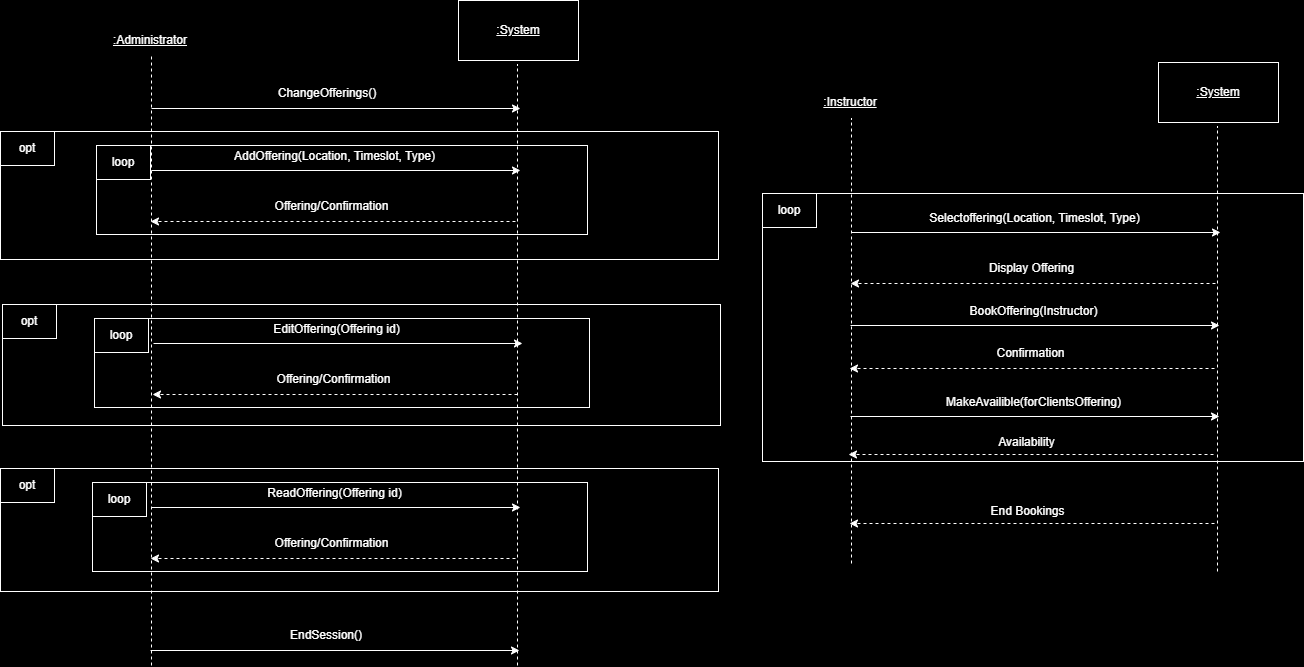
The draw.io diagram ssd_ProcessOfferins.drawio.png in matdavid7272/342project, before a commit. Source tidied: cells renumbered, new cells last; positions are measured from the earlier drawing's top-left corner, leaving out a move shared by most shapes. Source of this version:
```xml
<mxGraphModel background="#000000">
  <root>
    <mxCell id="0" />
    <mxCell id="1" parent="0" />
    <mxCell id="2" style="rounded=0;whiteSpace=wrap;html=1;fillColor=#000000;strokeColor=#FFFFFF;" parent="1" vertex="1">
      <mxGeometry y="468" width="718" height="123" as="geometry" />
    </mxCell>
    <mxCell id="3" style="rounded=0;whiteSpace=wrap;html=1;fillColor=#000000;strokeColor=#FFFFFF;" parent="1" vertex="1">
      <mxGeometry x="92" y="482" width="495" height="89" as="geometry" />
    </mxCell>
    <mxCell id="4" style="endArrow=classic;html=1;rounded=0;strokeColor=#FFFFFF;" parent="1" edge="1">
      <mxGeometry relative="1" as="geometry">
        <mxPoint x="151" y="507" as="sourcePoint" />
        <mxPoint x="520" y="507" as="targetPoint" />
      </mxGeometry>
    </mxCell>
    <mxCell id="5" value="&lt;font color=&quot;#ffffff&quot;&gt;ReadOffering(Offering id&lt;/font&gt;&lt;span style=&quot;color: rgb(255, 255, 255);&quot;&gt;)&lt;/span&gt;" style="text;html=1;align=center;verticalAlign=middle;whiteSpace=wrap;rounded=0;" parent="1" vertex="1">
      <mxGeometry x="213" y="478" width="243" height="30" as="geometry" />
    </mxCell>
    <mxCell id="6" style="endArrow=classic;html=1;rounded=0;strokeColor=#FFFFFF;dashed=1;" parent="1" edge="1">
      <mxGeometry relative="1" as="geometry">
        <mxPoint x="515" y="558" as="sourcePoint" />
        <mxPoint x="150" y="558" as="targetPoint" />
      </mxGeometry>
    </mxCell>
    <mxCell id="7" value="&lt;font style=&quot;background-color: rgb(0, 0, 0);&quot; color=&quot;#ffffff&quot;&gt;Offering/Confirmation&lt;/font&gt;" style="text;html=1;align=center;verticalAlign=middle;whiteSpace=wrap;rounded=0;" parent="1" vertex="1">
      <mxGeometry x="210" y="528" width="243" height="30" as="geometry" />
    </mxCell>
    <mxCell id="8" value="&lt;span style=&quot;color: rgb(255, 255, 255);&quot;&gt;opt&lt;/span&gt;" style="rounded=0;whiteSpace=wrap;html=1;fillColor=#000000;strokeColor=#FFFFFF;" parent="1" vertex="1">
      <mxGeometry y="468" width="54" height="34" as="geometry" />
    </mxCell>
    <mxCell id="9" value="&lt;span style=&quot;color: rgb(255, 255, 255);&quot;&gt;loop&lt;/span&gt;" style="rounded=0;whiteSpace=wrap;html=1;fillColor=#000000;strokeColor=#FFFFFF;" parent="1" vertex="1">
      <mxGeometry x="92" y="482" width="54" height="34" as="geometry" />
    </mxCell>
    <mxCell id="10" style="rounded=0;whiteSpace=wrap;html=1;fillColor=#000000;strokeColor=#FFFFFF;" parent="1" vertex="1">
      <mxGeometry x="2" y="304" width="718" height="121" as="geometry" />
    </mxCell>
    <mxCell id="11" style="rounded=0;whiteSpace=wrap;html=1;fillColor=#000000;strokeColor=#FFFFFF;" parent="1" vertex="1">
      <mxGeometry x="94" y="318" width="495" height="89" as="geometry" />
    </mxCell>
    <mxCell id="12" style="endArrow=classic;html=1;rounded=0;strokeColor=#FFFFFF;" parent="1" edge="1">
      <mxGeometry relative="1" as="geometry">
        <mxPoint x="153" y="343" as="sourcePoint" />
        <mxPoint x="522" y="343" as="targetPoint" />
      </mxGeometry>
    </mxCell>
    <mxCell id="13" value="&lt;font color=&quot;#ffffff&quot;&gt;EditOffering(Offering id&lt;/font&gt;&lt;font color=&quot;#ffffff&quot;&gt;)&lt;/font&gt;" style="text;html=1;align=center;verticalAlign=middle;whiteSpace=wrap;rounded=0;" parent="1" vertex="1">
      <mxGeometry x="215" y="314" width="243" height="30" as="geometry" />
    </mxCell>
    <mxCell id="14" style="endArrow=classic;html=1;rounded=0;strokeColor=#FFFFFF;dashed=1;" parent="1" edge="1">
      <mxGeometry relative="1" as="geometry">
        <mxPoint x="517" y="394" as="sourcePoint" />
        <mxPoint x="152" y="394" as="targetPoint" />
      </mxGeometry>
    </mxCell>
    <mxCell id="15" value="&lt;font style=&quot;background-color: rgb(0, 0, 0);&quot; color=&quot;#ffffff&quot;&gt;Offering/Confirmation&lt;/font&gt;" style="text;html=1;align=center;verticalAlign=middle;whiteSpace=wrap;rounded=0;" parent="1" vertex="1">
      <mxGeometry x="212" y="364" width="243" height="30" as="geometry" />
    </mxCell>
    <mxCell id="16" value="&lt;span style=&quot;color: rgb(255, 255, 255);&quot;&gt;opt&lt;/span&gt;" style="rounded=0;whiteSpace=wrap;html=1;fillColor=#000000;strokeColor=#FFFFFF;" parent="1" vertex="1">
      <mxGeometry x="2" y="304" width="54" height="34" as="geometry" />
    </mxCell>
    <mxCell id="17" value="&lt;span style=&quot;color: rgb(255, 255, 255);&quot;&gt;loop&lt;/span&gt;" style="rounded=0;whiteSpace=wrap;html=1;fillColor=#000000;strokeColor=#FFFFFF;" parent="1" vertex="1">
      <mxGeometry x="94" y="318" width="54" height="34" as="geometry" />
    </mxCell>
    <mxCell id="18" style="rounded=0;whiteSpace=wrap;html=1;fillColor=#000000;strokeColor=#FFFFFF;" parent="1" vertex="1">
      <mxGeometry y="131" width="718" height="128" as="geometry" />
    </mxCell>
    <mxCell id="19" style="rounded=0;whiteSpace=wrap;html=1;fillColor=#000000;strokeColor=#FFFFFF;" parent="1" vertex="1">
      <mxGeometry x="96" y="145" width="491" height="89" as="geometry" />
    </mxCell>
    <mxCell id="20" style="endArrow=none;dashed=1;html=1;rounded=0;strokeColor=#FFFFFF;" parent="1" edge="1">
      <mxGeometry relative="1" as="geometry">
        <mxPoint x="151" y="665" as="sourcePoint" />
        <mxPoint x="151" y="56" as="targetPoint" />
      </mxGeometry>
    </mxCell>
    <mxCell id="21" style="endArrow=none;dashed=1;html=1;rounded=0;strokeColor=#FFFFFF;" parent="1" edge="1">
      <mxGeometry relative="1" as="geometry">
        <mxPoint x="517" y="665" as="sourcePoint" />
        <mxPoint x="517" y="64" as="targetPoint" />
      </mxGeometry>
    </mxCell>
    <mxCell id="22" value="&lt;font color=&quot;#ffffff&quot;&gt;&lt;u&gt;:Administrator&lt;/u&gt;&lt;/font&gt;" style="text;html=1;align=center;verticalAlign=middle;whiteSpace=wrap;rounded=0;" parent="1" vertex="1">
      <mxGeometry x="120" y="25" width="60" height="30" as="geometry" />
    </mxCell>
    <mxCell id="23" style="rounded=0;whiteSpace=wrap;html=1;fillColor=#000000;strokeColor=#FFFFFF;" parent="1" vertex="1">
      <mxGeometry x="458" width="120" height="60" as="geometry" />
    </mxCell>
    <mxCell id="24" value="&lt;font color=&quot;#ffffff&quot;&gt;&lt;u&gt;:System&lt;/u&gt;&lt;/font&gt;" style="text;html=1;align=center;verticalAlign=middle;whiteSpace=wrap;rounded=0;" parent="1" vertex="1">
      <mxGeometry x="488" y="15" width="60" height="30" as="geometry" />
    </mxCell>
    <mxCell id="25" style="endArrow=classic;html=1;rounded=0;strokeColor=#FFFFFF;" parent="1" edge="1">
      <mxGeometry relative="1" as="geometry">
        <mxPoint x="151" y="108" as="sourcePoint" />
        <mxPoint x="520" y="108" as="targetPoint" />
      </mxGeometry>
    </mxCell>
    <mxCell id="26" value="&lt;font color=&quot;#ffffff&quot;&gt;ChangeOfferings()&lt;/font&gt;" style="text;html=1;align=center;verticalAlign=middle;whiteSpace=wrap;rounded=0;" parent="1" vertex="1">
      <mxGeometry x="297" y="78" width="60" height="30" as="geometry" />
    </mxCell>
    <mxCell id="27" style="endArrow=classic;html=1;rounded=0;strokeColor=#FFFFFF;" parent="1" edge="1">
      <mxGeometry relative="1" as="geometry">
        <mxPoint x="151" y="170" as="sourcePoint" />
        <mxPoint x="520" y="170" as="targetPoint" />
      </mxGeometry>
    </mxCell>
    <mxCell id="28" value="&lt;font color=&quot;#ffffff&quot;&gt;AddOffering(Location, Timeslot, Type)&lt;/font&gt;" style="text;html=1;align=center;verticalAlign=middle;whiteSpace=wrap;rounded=0;" parent="1" vertex="1">
      <mxGeometry x="213" y="141" width="243" height="30" as="geometry" />
    </mxCell>
    <mxCell id="29" style="endArrow=classic;html=1;rounded=0;strokeColor=#FFFFFF;dashed=1;" parent="1" edge="1">
      <mxGeometry relative="1" as="geometry">
        <mxPoint x="515" y="221" as="sourcePoint" />
        <mxPoint x="150" y="221" as="targetPoint" />
      </mxGeometry>
    </mxCell>
    <mxCell id="30" value="&lt;font style=&quot;background-color: rgb(0, 0, 0);&quot; color=&quot;#ffffff&quot;&gt;Offering/Confirmation&lt;/font&gt;" style="text;html=1;align=center;verticalAlign=middle;whiteSpace=wrap;rounded=0;" parent="1" vertex="1">
      <mxGeometry x="210" y="191" width="243" height="30" as="geometry" />
    </mxCell>
    <mxCell id="31" value="&lt;span style=&quot;color: rgb(255, 255, 255);&quot;&gt;opt&lt;/span&gt;" style="rounded=0;whiteSpace=wrap;html=1;fillColor=#000000;strokeColor=#FFFFFF;" parent="1" vertex="1">
      <mxGeometry y="131" width="54" height="34" as="geometry" />
    </mxCell>
    <mxCell id="32" value="&lt;span style=&quot;color: rgb(255, 255, 255);&quot;&gt;loop&lt;/span&gt;" style="rounded=0;whiteSpace=wrap;html=1;fillColor=#000000;strokeColor=#FFFFFF;" parent="1" vertex="1">
      <mxGeometry x="96" y="145" width="54" height="34" as="geometry" />
    </mxCell>
    <mxCell id="33" style="endArrow=classic;html=1;rounded=0;strokeColor=#FFFFFF;" parent="1" edge="1">
      <mxGeometry relative="1" as="geometry">
        <mxPoint x="150" y="650" as="sourcePoint" />
        <mxPoint x="519" y="650" as="targetPoint" />
      </mxGeometry>
    </mxCell>
    <mxCell id="34" value="&lt;font color=&quot;#ffffff&quot;&gt;EndSession()&lt;/font&gt;" style="text;html=1;align=center;verticalAlign=middle;whiteSpace=wrap;rounded=0;" parent="1" vertex="1">
      <mxGeometry x="296" y="620" width="60" height="30" as="geometry" />
    </mxCell>
    <mxCell id="35" style="rounded=0;whiteSpace=wrap;html=1;fillColor=#000000;strokeColor=#FFFFFF;" parent="1" vertex="1">
      <mxGeometry x="762" y="193" width="541" height="268" as="geometry" />
    </mxCell>
    <mxCell id="36" style="endArrow=none;dashed=1;html=1;rounded=0;strokeColor=#FFFFFF;" parent="1" edge="1">
      <mxGeometry relative="1" as="geometry">
        <mxPoint x="851" y="563" as="sourcePoint" />
        <mxPoint x="851" y="118" as="targetPoint" />
      </mxGeometry>
    </mxCell>
    <mxCell id="37" style="endArrow=none;dashed=1;html=1;rounded=0;strokeColor=#FFFFFF;" parent="1" edge="1">
      <mxGeometry relative="1" as="geometry">
        <mxPoint x="1217" y="571" as="sourcePoint" />
        <mxPoint x="1217" y="126" as="targetPoint" />
      </mxGeometry>
    </mxCell>
    <mxCell id="38" value="&lt;font color=&quot;#ffffff&quot;&gt;&lt;u&gt;:Instructor&lt;/u&gt;&lt;/font&gt;" style="text;html=1;align=center;verticalAlign=middle;whiteSpace=wrap;rounded=0;" parent="1" vertex="1">
      <mxGeometry x="820" y="87" width="60" height="30" as="geometry" />
    </mxCell>
    <mxCell id="39" style="rounded=0;whiteSpace=wrap;html=1;fillColor=#000000;strokeColor=#FFFFFF;" parent="1" vertex="1">
      <mxGeometry x="1158" y="62" width="120" height="60" as="geometry" />
    </mxCell>
    <mxCell id="40" value="&lt;font color=&quot;#ffffff&quot;&gt;&lt;u&gt;:System&lt;/u&gt;&lt;/font&gt;" style="text;html=1;align=center;verticalAlign=middle;whiteSpace=wrap;rounded=0;" parent="1" vertex="1">
      <mxGeometry x="1188" y="77" width="60" height="30" as="geometry" />
    </mxCell>
    <mxCell id="41" style="endArrow=classic;html=1;rounded=0;strokeColor=#FFFFFF;" parent="1" edge="1">
      <mxGeometry relative="1" as="geometry">
        <mxPoint x="851" y="232" as="sourcePoint" />
        <mxPoint x="1220" y="232" as="targetPoint" />
      </mxGeometry>
    </mxCell>
    <mxCell id="42" value="&lt;font color=&quot;#ffffff&quot;&gt;Selectoffering(&lt;/font&gt;&lt;span style=&quot;color: rgb(255, 255, 255);&quot;&gt;Location, Timeslot, Type&lt;/span&gt;&lt;font color=&quot;#ffffff&quot;&gt;)&lt;/font&gt;" style="text;html=1;align=center;verticalAlign=middle;whiteSpace=wrap;rounded=0;" parent="1" vertex="1">
      <mxGeometry x="913" y="203" width="243" height="30" as="geometry" />
    </mxCell>
    <mxCell id="43" style="endArrow=classic;html=1;rounded=0;strokeColor=#FFFFFF;dashed=1;" parent="1" edge="1">
      <mxGeometry relative="1" as="geometry">
        <mxPoint x="1215" y="283" as="sourcePoint" />
        <mxPoint x="850" y="283" as="targetPoint" />
      </mxGeometry>
    </mxCell>
    <mxCell id="44" value="&lt;font color=&quot;#ffffff&quot;&gt;&lt;span style=&quot;background-color: rgb(0, 0, 0);&quot;&gt;Display Offering&lt;/span&gt;&lt;/font&gt;" style="text;html=1;align=center;verticalAlign=middle;whiteSpace=wrap;rounded=0;" parent="1" vertex="1">
      <mxGeometry x="910" y="253" width="243" height="30" as="geometry" />
    </mxCell>
    <mxCell id="45" style="endArrow=classic;html=1;rounded=0;strokeColor=#FFFFFF;" parent="1" edge="1">
      <mxGeometry relative="1" as="geometry">
        <mxPoint x="850" y="325" as="sourcePoint" />
        <mxPoint x="1219" y="325" as="targetPoint" />
      </mxGeometry>
    </mxCell>
    <mxCell id="46" value="&lt;font color=&quot;#ffffff&quot;&gt;BookOffering(Instructor)&lt;/font&gt;" style="text;html=1;align=center;verticalAlign=middle;whiteSpace=wrap;rounded=0;" parent="1" vertex="1">
      <mxGeometry x="912" y="296" width="243" height="30" as="geometry" />
    </mxCell>
    <mxCell id="47" style="endArrow=classic;html=1;rounded=0;strokeColor=#FFFFFF;dashed=1;" parent="1" edge="1">
      <mxGeometry relative="1" as="geometry">
        <mxPoint x="1214" y="368" as="sourcePoint" />
        <mxPoint x="849" y="368" as="targetPoint" />
      </mxGeometry>
    </mxCell>
    <mxCell id="48" value="&lt;font color=&quot;#ffffff&quot;&gt;&lt;span style=&quot;background-color: rgb(0, 0, 0);&quot;&gt;Confirmation&lt;/span&gt;&lt;/font&gt;" style="text;html=1;align=center;verticalAlign=middle;whiteSpace=wrap;rounded=0;" parent="1" vertex="1">
      <mxGeometry x="909" y="338" width="243" height="30" as="geometry" />
    </mxCell>
    <mxCell id="49" value="&lt;span style=&quot;color: rgb(255, 255, 255);&quot;&gt;loop&lt;/span&gt;" style="rounded=0;whiteSpace=wrap;html=1;fillColor=#000000;strokeColor=#FFFFFF;" parent="1" vertex="1">
      <mxGeometry x="762" y="193" width="54" height="34" as="geometry" />
    </mxCell>
    <mxCell id="50" style="endArrow=classic;html=1;rounded=0;strokeColor=#FFFFFF;dashed=1;" parent="1" edge="1">
      <mxGeometry relative="1" as="geometry">
        <mxPoint x="1213" y="454" as="sourcePoint" />
        <mxPoint x="848" y="454" as="targetPoint" />
      </mxGeometry>
    </mxCell>
    <mxCell id="51" value="&lt;font color=&quot;#ffffff&quot;&gt;&lt;span style=&quot;background-color: rgb(0, 0, 0);&quot;&gt;Availability&lt;/span&gt;&lt;/font&gt;" style="text;html=1;align=center;verticalAlign=middle;whiteSpace=wrap;rounded=0;" parent="1" vertex="1">
      <mxGeometry x="904.5" y="427" width="243" height="30" as="geometry" />
    </mxCell>
    <mxCell id="52" style="endArrow=classic;html=1;rounded=0;strokeColor=#FFFFFF;" parent="1" edge="1">
      <mxGeometry relative="1" as="geometry">
        <mxPoint x="850" y="416" as="sourcePoint" />
        <mxPoint x="1219" y="416" as="targetPoint" />
      </mxGeometry>
    </mxCell>
    <mxCell id="53" value="&lt;font color=&quot;#ffffff&quot;&gt;MakeAvailible(forClientsOffering)&lt;/font&gt;" style="text;html=1;align=center;verticalAlign=middle;whiteSpace=wrap;rounded=0;" parent="1" vertex="1">
      <mxGeometry x="912" y="387" width="243" height="30" as="geometry" />
    </mxCell>
    <mxCell id="54" style="endArrow=classic;html=1;rounded=0;strokeColor=#FFFFFF;dashed=1;" parent="1" edge="1">
      <mxGeometry relative="1" as="geometry">
        <mxPoint x="1214" y="523" as="sourcePoint" />
        <mxPoint x="849" y="523" as="targetPoint" />
      </mxGeometry>
    </mxCell>
    <mxCell id="55" value="&lt;font color=&quot;#ffffff&quot;&gt;&lt;span style=&quot;background-color: rgb(0, 0, 0);&quot;&gt;End Bookings&lt;/span&gt;&lt;/font&gt;" style="text;html=1;align=center;verticalAlign=middle;whiteSpace=wrap;rounded=0;" parent="1" vertex="1">
      <mxGeometry x="905.5" y="496" width="243" height="30" as="geometry" />
    </mxCell>
  </root>
</mxGraphModel>
```
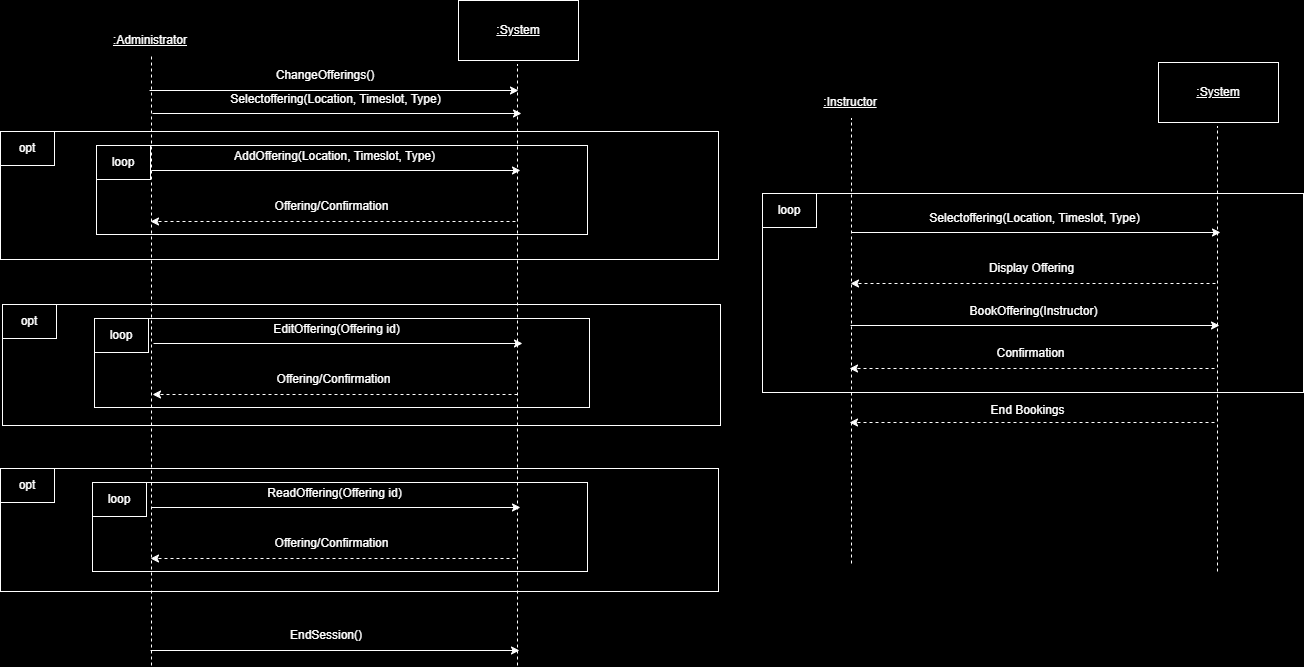
The same file after the commit.

What changed in the source:
```diff
@@ -91,12 +91,12 @@
     </mxCell>
     <mxCell id="25" style="endArrow=classic;html=1;rounded=0;strokeColor=#FFFFFF;" parent="1" edge="1">
       <mxGeometry relative="1" as="geometry">
-        <mxPoint x="151" y="108" as="sourcePoint" />
-        <mxPoint x="520" y="108" as="targetPoint" />
+        <mxPoint x="149" y="90" as="sourcePoint" />
+        <mxPoint x="518" y="90" as="targetPoint" />
       </mxGeometry>
     </mxCell>
     <mxCell id="26" value="&lt;font color=&quot;#ffffff&quot;&gt;ChangeOfferings()&lt;/font&gt;" style="text;html=1;align=center;verticalAlign=middle;whiteSpace=wrap;rounded=0;" parent="1" vertex="1">
-      <mxGeometry x="297" y="78" width="60" height="30" as="geometry" />
+      <mxGeometry x="295" y="60" width="60" height="30" as="geometry" />
     </mxCell>
     <mxCell id="27" style="endArrow=classic;html=1;rounded=0;strokeColor=#FFFFFF;" parent="1" edge="1">
       <mxGeometry relative="1" as="geometry">
@@ -132,7 +132,7 @@
       <mxGeometry x="296" y="620" width="60" height="30" as="geometry" />
     </mxCell>
     <mxCell id="35" style="rounded=0;whiteSpace=wrap;html=1;fillColor=#000000;strokeColor=#FFFFFF;" parent="1" vertex="1">
-      <mxGeometry x="762" y="193" width="541" height="268" as="geometry" />
+      <mxGeometry x="762" y="193" width="541" height="199" as="geometry" />
     </mxCell>
     <mxCell id="36" style="endArrow=none;dashed=1;html=1;rounded=0;strokeColor=#FFFFFF;" parent="1" edge="1">
       <mxGeometry relative="1" as="geometry">
@@ -194,32 +194,23 @@
     <mxCell id="49" value="&lt;span style=&quot;color: rgb(255, 255, 255);&quot;&gt;loop&lt;/span&gt;" style="rounded=0;whiteSpace=wrap;html=1;fillColor=#000000;strokeColor=#FFFFFF;" parent="1" vertex="1">
       <mxGeometry x="762" y="193" width="54" height="34" as="geometry" />
     </mxCell>
-    <mxCell id="50" style="endArrow=classic;html=1;rounded=0;strokeColor=#FFFFFF;dashed=1;" parent="1" edge="1">
-      <mxGeometry relative="1" as="geometry">
-        <mxPoint x="1213" y="454" as="sourcePoint" />
-        <mxPoint x="848" y="454" as="targetPoint" />
-      </mxGeometry>
-    </mxCell>
-    <mxCell id="51" value="&lt;font color=&quot;#ffffff&quot;&gt;&lt;span style=&quot;background-color: rgb(0, 0, 0);&quot;&gt;Availability&lt;/span&gt;&lt;/font&gt;" style="text;html=1;align=center;verticalAlign=middle;whiteSpace=wrap;rounded=0;" parent="1" vertex="1">
-      <mxGeometry x="904.5" y="427" width="243" height="30" as="geometry" />
-    </mxCell>
-    <mxCell id="52" style="endArrow=classic;html=1;rounded=0;strokeColor=#FFFFFF;" parent="1" edge="1">
-      <mxGeometry relative="1" as="geometry">
-        <mxPoint x="850" y="416" as="sourcePoint" />
-        <mxPoint x="1219" y="416" as="targetPoint" />
-      </mxGeometry>
-    </mxCell>
-    <mxCell id="53" value="&lt;font color=&quot;#ffffff&quot;&gt;MakeAvailible(forClientsOffering)&lt;/font&gt;" style="text;html=1;align=center;verticalAlign=middle;whiteSpace=wrap;rounded=0;" parent="1" vertex="1">
-      <mxGeometry x="912" y="387" width="243" height="30" as="geometry" />
-    </mxCell>
     <mxCell id="54" style="endArrow=classic;html=1;rounded=0;strokeColor=#FFFFFF;dashed=1;" parent="1" edge="1">
       <mxGeometry relative="1" as="geometry">
-        <mxPoint x="1214" y="523" as="sourcePoint" />
-        <mxPoint x="849" y="523" as="targetPoint" />
+        <mxPoint x="1214" y="422" as="sourcePoint" />
+        <mxPoint x="849" y="422" as="targetPoint" />
       </mxGeometry>
     </mxCell>
     <mxCell id="55" value="&lt;font color=&quot;#ffffff&quot;&gt;&lt;span style=&quot;background-color: rgb(0, 0, 0);&quot;&gt;End Bookings&lt;/span&gt;&lt;/font&gt;" style="text;html=1;align=center;verticalAlign=middle;whiteSpace=wrap;rounded=0;" parent="1" vertex="1">
-      <mxGeometry x="905.5" y="496" width="243" height="30" as="geometry" />
+      <mxGeometry x="905.5" y="395" width="243" height="30" as="geometry" />
     </mxCell>
+    <mxCell id="56" style="endArrow=classic;html=1;rounded=0;strokeColor=#FFFFFF;" parent="1" edge="1">
+      <mxGeometry relative="1" as="geometry">
+        <mxPoint x="152" y="113" as="sourcePoint" />
+        <mxPoint x="521" y="113" as="targetPoint" />
+      </mxGeometry>
+    </mxCell>
+    <mxCell id="57" value="&lt;font color=&quot;#ffffff&quot;&gt;Selectoffering(&lt;/font&gt;&lt;span style=&quot;color: rgb(255, 255, 255);&quot;&gt;Location, Timeslot, Type&lt;/span&gt;&lt;font color=&quot;#ffffff&quot;&gt;)&lt;/font&gt;" style="text;html=1;align=center;verticalAlign=middle;whiteSpace=wrap;rounded=0;" parent="1" vertex="1">
+      <mxGeometry x="214" y="84" width="243" height="30" as="geometry" />
+    </mxCell>
   </root>
 </mxGraphModel>
```
